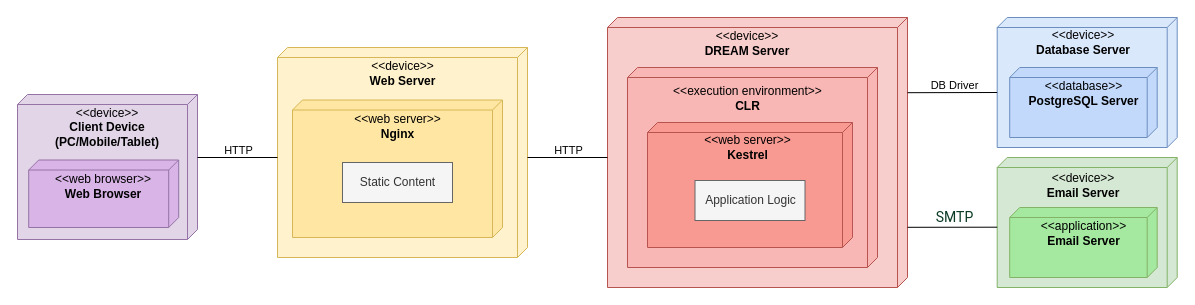
The draw.io diagram DD/uml/deployment/deployment.drawio in Astenna/DREAM, before the edit. Source tidied: cells renumbered, new cells numbered last; positions are measured from the earlier drawing's top-left corner, leaving out a move shared by most shapes. Both pictures are drawn from the tidied source at 100%, with x=0, y=0 at pixel (17, 17).
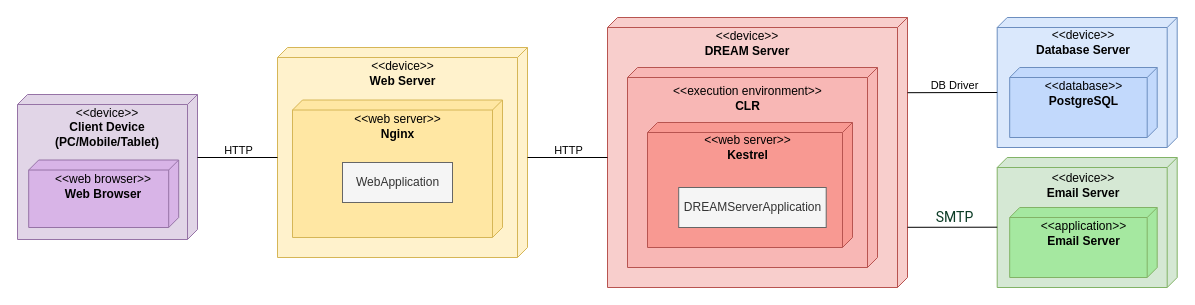
The same diagram, later.

Diff of the diagram source:
```diff
@@
-    <mxCell id="5" value="&amp;lt;&amp;lt;database&amp;gt;&amp;gt;&lt;br&gt;&lt;b&gt;PostgreSQL Server&lt;/b&gt;" style="text;html=1;strokeColor=none;fillColor=none;align=center;verticalAlign=middle;whiteSpace=wrap;rounded=0;fontFamily=Helvetica;" parent="1" vertex="1">
+    <mxCell id="5" value="&amp;lt;&amp;lt;database&amp;gt;&amp;gt;&lt;br&gt;&lt;b&gt;PostgreSQL&lt;br&gt;&lt;/b&gt;" style="text;html=1;strokeColor=none;fillColor=none;align=center;verticalAlign=middle;whiteSpace=wrap;rounded=0;fontFamily=Helvetica;" parent="1" vertex="1">
       <mxGeometry x="1005.5" y="61" width="121" height="30" as="geometry" />
     </mxCell>
@@
-    <mxCell id="32" value="Static Content" style="html=1;fontFamily=Helvetica;fillColor=#f5f5f5;fontColor=#333333;strokeColor=#666666;" parent="1" vertex="1">
+    <mxCell id="32" value="WebApplication" style="html=1;fontFamily=Helvetica;fillColor=#f5f5f5;fontColor=#333333;strokeColor=#666666;" parent="1" vertex="1">
       <mxGeometry x="325" y="145" width="110" height="40" as="geometry" />
     </mxCell>
-    <mxCell id="33" value="Application Logic" style="html=1;fontFamily=Helvetica;fillColor=#f5f5f5;fontColor=#333333;strokeColor=#666666;" parent="1" vertex="1">
-      <mxGeometry x="677.5" y="163" width="110" height="40" as="geometry" />
+    <mxCell id="33" value="DREAMServerApplication" style="html=1;fontFamily=Helvetica;fillColor=#f5f5f5;fontColor=#333333;strokeColor=#666666;" parent="1" vertex="1">
+      <mxGeometry x="661.2" y="170" width="147.5" height="40" as="geometry" />
     </mxCell>
```
